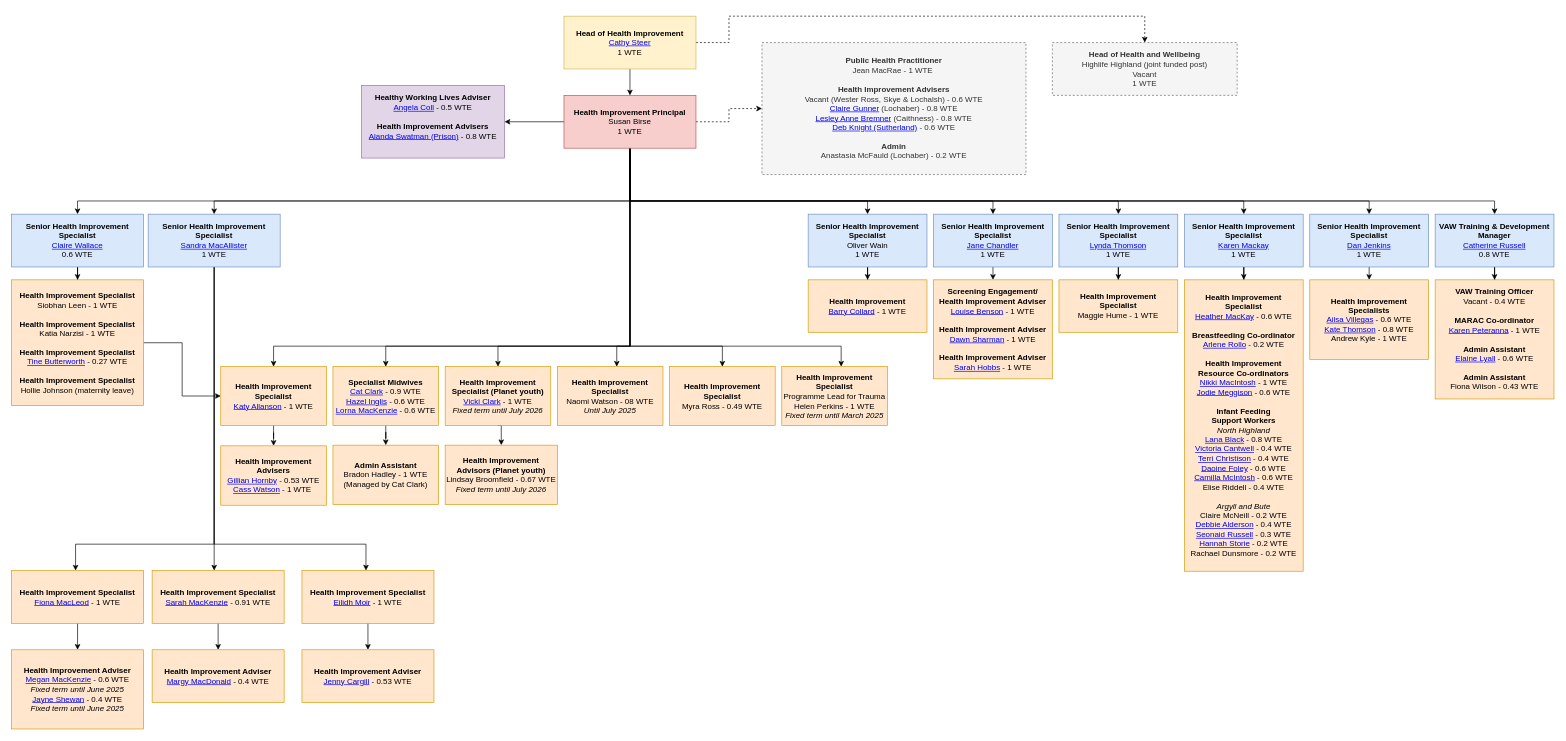
Above: Untitled Diagram.drawio in barrycollard/staffOrgChart (draw.io), before the change. Source tidied: cells renumbered, new cells numbered last; positions are measured from the earlier drawing's top-left corner, leaving out a move shared by most shapes. Both pictures are drawn from the tidied source at 66%, with x=0, y=0 at pixel (11, 16).
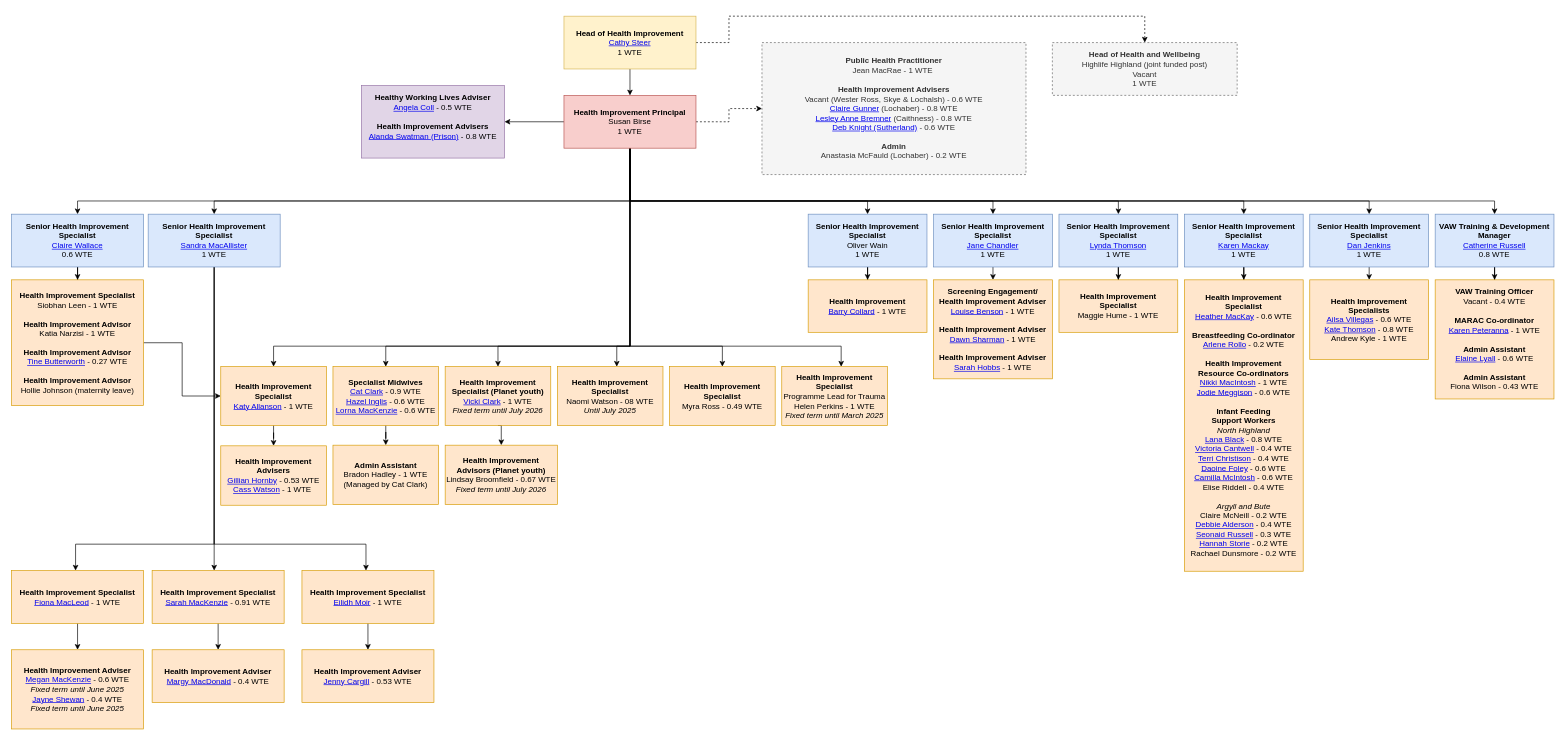
Above is the later version.

Commit message:
Titles updated to Health Improvement Advisor

Change to the diagram source:
```diff
@@
-    <mxCell id="36" value="&lt;div&gt;&lt;b&gt;Health Improvement Specialist&lt;/b&gt;&lt;/div&gt;&lt;div&gt;Siobhan Leen -&amp;nbsp;&lt;span style=&quot;background-color: transparent; color: light-dark(rgb(0, 0, 0), rgb(255, 255, 255));&quot;&gt;1 WTE&lt;/span&gt;&lt;/div&gt;&lt;div&gt;&lt;br&gt;&lt;/div&gt;&lt;div&gt;&lt;div&gt;&lt;b&gt;Health Improvement Specialist&lt;/b&gt;&lt;/div&gt;&lt;/div&gt;&lt;div&gt;&lt;span style=&quot;background-color: transparent; color: light-dark(rgb(0, 0, 0), rgb(255, 255, 255));&quot;&gt;Katia Narzisi -&amp;nbsp;&lt;/span&gt;&lt;span style=&quot;background-color: transparent; color: light-dark(rgb(0, 0, 0), rgb(255, 255, 255));&quot;&gt;1 WTE&lt;/span&gt;&lt;br&gt;&lt;/div&gt;&lt;div&gt;&lt;span&gt;&lt;br&gt;&lt;/span&gt;&lt;/div&gt;&lt;div&gt;&lt;span&gt;&lt;div&gt;&lt;b&gt;Health Improvement Specialist&lt;/b&gt;&lt;/div&gt;&lt;div&gt;&lt;span style=&quot;background-color: transparent; color: light-dark(rgb(0, 0, 0), rgb(255, 255, 255));&quot;&gt;&lt;a href=&quot;/staff/tine-butterworth/&quot;&gt;Tine Butterworth&lt;/a&gt; -&amp;nbsp;&lt;/span&gt;&lt;span style=&quot;background-color: transparent; color: light-dark(rgb(0, 0, 0), rgb(255, 255, 255));&quot;&gt;0.27 WTE&lt;/span&gt;&lt;br&gt;&lt;/div&gt;&lt;/span&gt;&lt;/div&gt;&lt;div&gt;&lt;span&gt;&lt;br&gt;&lt;/span&gt;&lt;/div&gt;&lt;div&gt;&lt;span&gt;&lt;div&gt;&lt;b&gt;Health Improvement Specialist&lt;/b&gt;&lt;/div&gt;&lt;div&gt;&lt;span style=&quot;background-color: transparent; color: light-dark(rgb(0, 0, 0), rgb(255, 255, 255));&quot;&gt;Hollie Johnson (maternity leave)&lt;/span&gt;&lt;br&gt;&lt;/div&gt;&lt;/span&gt;&lt;/div&gt;" style="rounded=0;whiteSpace=wrap;html=1;fillColor=#ffe6cc;strokeColor=#d79b00;" parent="1" vertex="1">
+    <mxCell id="36" value="&lt;div&gt;&lt;b&gt;Health Improvement Specialist&lt;/b&gt;&lt;/div&gt;&lt;div&gt;Siobhan Leen -&amp;nbsp;&lt;span style=&quot;background-color: transparent; color: light-dark(rgb(0, 0, 0), rgb(255, 255, 255));&quot;&gt;1 WTE&lt;/span&gt;&lt;/div&gt;&lt;div&gt;&lt;br&gt;&lt;/div&gt;&lt;div&gt;&lt;b&gt;Health Improvement Advisor&lt;/b&gt;&lt;/div&gt;&lt;div&gt;&lt;span style=&quot;background-color: transparent; color: light-dark(rgb(0, 0, 0), rgb(255, 255, 255));&quot;&gt;Katia Narzisi -&amp;nbsp;&lt;/span&gt;&lt;span style=&quot;background-color: transparent; color: light-dark(rgb(0, 0, 0), rgb(255, 255, 255));&quot;&gt;1 WTE&lt;/span&gt;&lt;br&gt;&lt;/div&gt;&lt;div&gt;&lt;span&gt;&lt;br&gt;&lt;/span&gt;&lt;/div&gt;&lt;div&gt;&lt;span&gt;&lt;div&gt;&lt;b&gt;Health Improvement Advisor&lt;/b&gt;&lt;/div&gt;&lt;div&gt;&lt;span style=&quot;background-color: transparent; color: light-dark(rgb(0, 0, 0), rgb(255, 255, 255));&quot;&gt;&lt;a href=&quot;/staff/tine-butterworth/&quot;&gt;Tine Butterworth&lt;/a&gt; -&amp;nbsp;&lt;/span&gt;&lt;span style=&quot;background-color: transparent; color: light-dark(rgb(0, 0, 0), rgb(255, 255, 255));&quot;&gt;0.27 WTE&lt;/span&gt;&lt;br&gt;&lt;/div&gt;&lt;/span&gt;&lt;/div&gt;&lt;div&gt;&lt;span&gt;&lt;br&gt;&lt;/span&gt;&lt;/div&gt;&lt;div&gt;&lt;span&gt;&lt;div&gt;&lt;b&gt;Health Improvement Advisor&lt;/b&gt;&lt;/div&gt;&lt;div&gt;&lt;span style=&quot;background-color: transparent; color: light-dark(rgb(0, 0, 0), rgb(255, 255, 255));&quot;&gt;Hollie Johnson (maternity leave)&lt;/span&gt;&lt;br&gt;&lt;/div&gt;&lt;/span&gt;&lt;/div&gt;" style="rounded=0;whiteSpace=wrap;html=1;fillColor=#ffe6cc;strokeColor=#d79b00;" parent="1" vertex="1">
       <mxGeometry y="399.5" width="200" height="190.5" as="geometry" />
     </mxCell>
```
